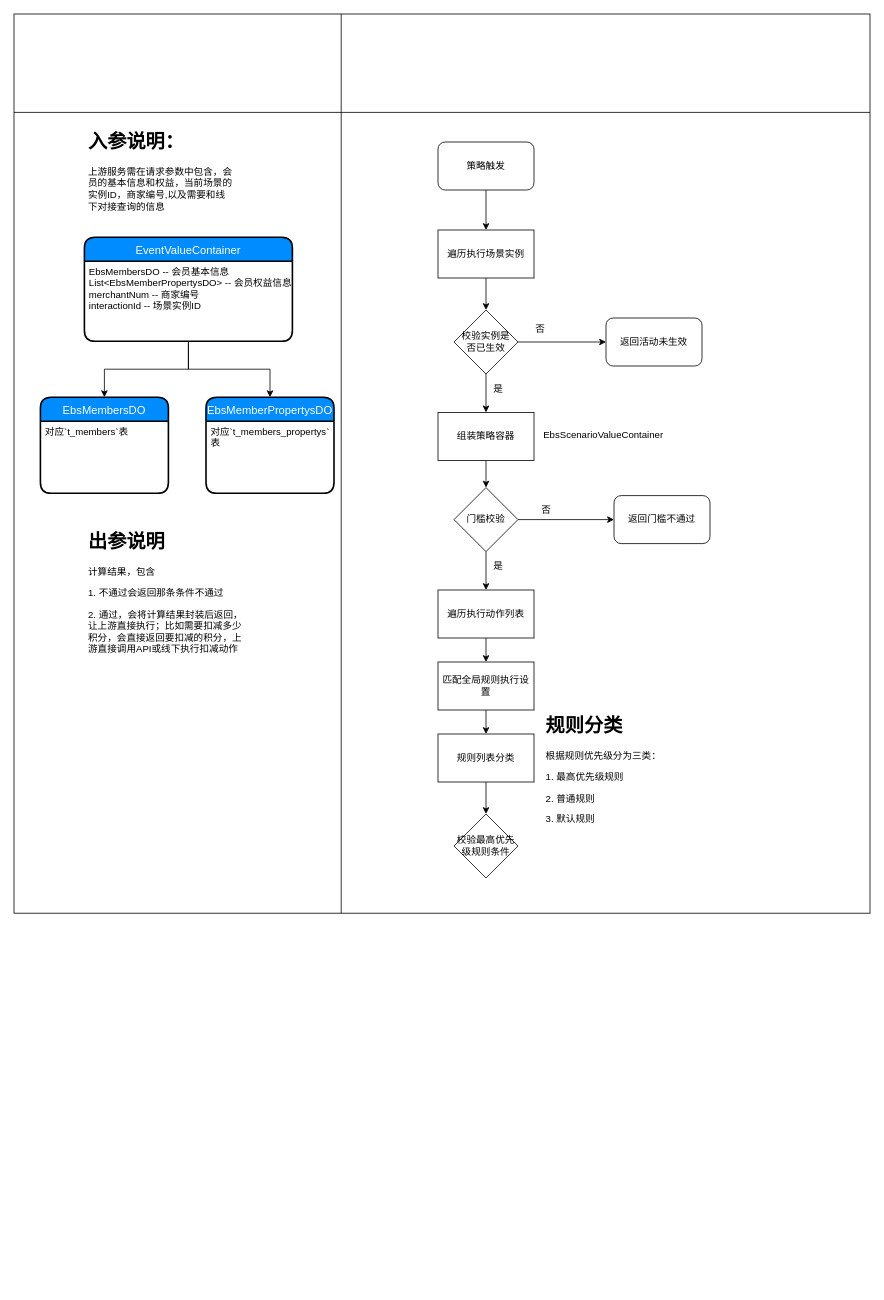
Before: Untitled Diagram.drawio in minybear/drawIo, a draw.io diagram. Source tidied: cells renumbered, new cells numbered last; positions are measured from the earlier drawing's top-left corner, leaving out a move shared by most shapes. Both pictures are drawn from the tidied source at 80%, with x=0, y=0 at pixel (14, 14).
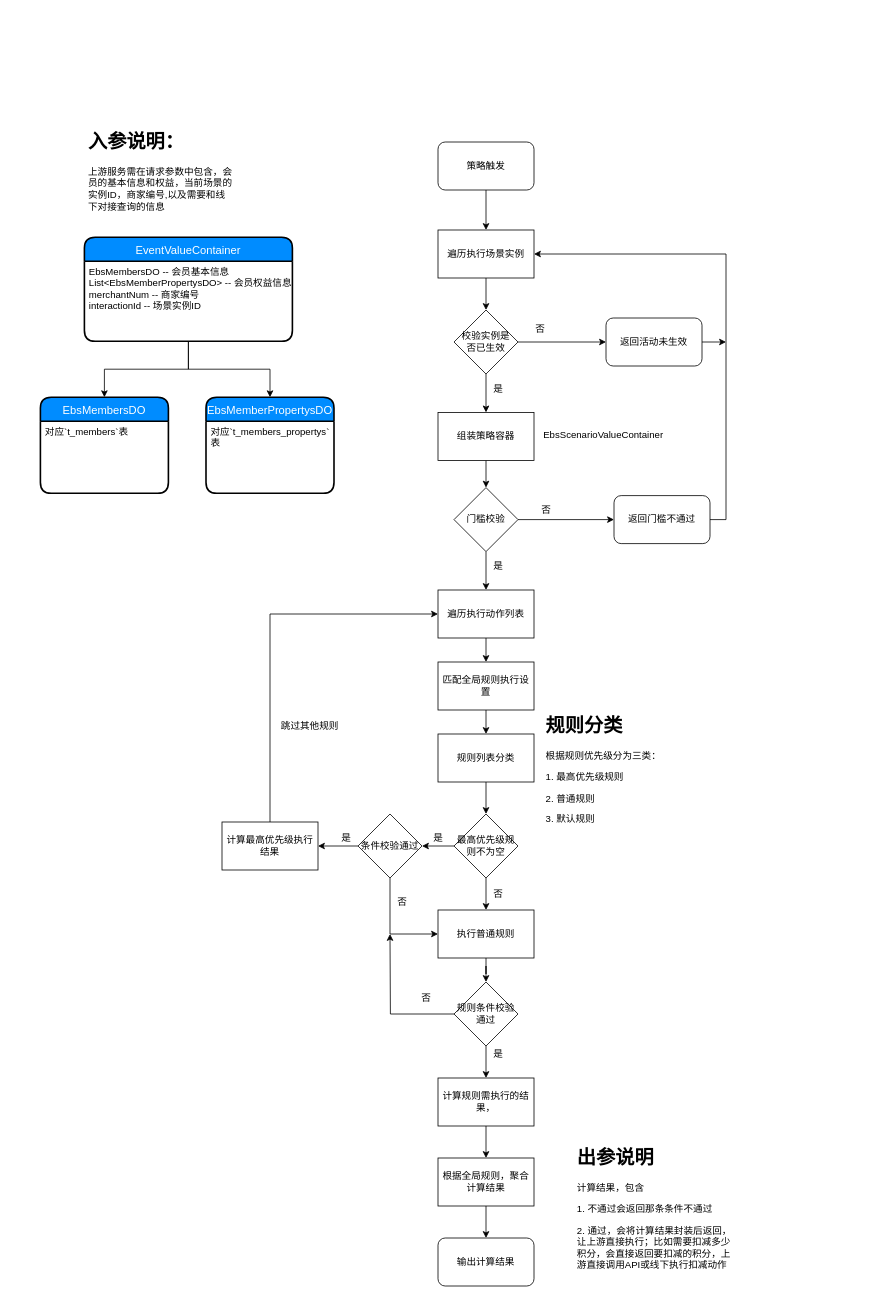
Above is the later version.

Commit message:
新兑换策略设计流程图.drawio

Unchanged cells that the change refers to:
```xml
<mxCell id="6" value="遍历执行场景实例" style="rounded=0;whiteSpace=wrap;html=1;" parent="1" vertex="1">
  <mxGeometry x="530" y="270" width="120" height="60" as="geometry" />
</mxCell>
<mxCell id="18" value="返回门槛不通过" style="rounded=1;whiteSpace=wrap;html=1;" parent="1" vertex="1">
  <mxGeometry x="750" y="602" width="120" height="60" as="geometry" />
</mxCell>
<mxCell id="24" value="遍历执行动作列表" style="rounded=0;whiteSpace=wrap;html=1;" parent="1" vertex="1">
  <mxGeometry x="530" y="720" width="120" height="60" as="geometry" />
</mxCell>
<mxCell id="31" value="返回活动未生效" style="rounded=1;whiteSpace=wrap;html=1;" parent="1" vertex="1">
  <mxGeometry x="740" y="380" width="120" height="60" as="geometry" />
</mxCell>
```

Change to the diagram source:
```diff
@@
-    <mxCell id="2" style="shape=internalStorage;whiteSpace=wrap;html=1;backgroundOutline=1;dx=409;dy=123;" parent="1" vertex="1">
-      <mxGeometry width="1070" height="1124" as="geometry" />
-    </mxCell>
@@
+    <mxCell id="40" style="edgeStyle=orthogonalEdgeStyle;rounded=0;jettySize=auto;html=1;exitX=1;exitY=0.5;exitDx=0;exitDy=0;entryX=1;entryY=0.5;entryDx=0;entryDy=0;" parent="1" edge="1" source="18" target="6">
+      <mxGeometry relative="1" as="geometry" />
+    </mxCell>
@@
     <mxCell id="22" value="&lt;h1&gt;出参说明&lt;/h1&gt;&lt;p&gt;计算结果，包含&lt;/p&gt;&lt;p&gt;1. 不通过会返回那条条件不通过&lt;/p&gt;&lt;p&gt;2. 通过，会将计算结果封装后返回，让上游直接执行；比如需要扣减多少积分，会直接返回要扣减的积分，上游直接调用API或线下执行扣减动作&lt;/p&gt;" style="text;html=1;strokeColor=none;fillColor=none;spacing=5;spacingTop=-20;whiteSpace=wrap;overflow=hidden;rounded=0;" parent="1" vertex="1">
-      <mxGeometry x="88" y="640" width="202" height="180" as="geometry" />
+      <mxGeometry x="699" y="1410" width="202" height="180" as="geometry" />
     </mxCell>
@@
+    <mxCell id="41" style="edgeStyle=orthogonalEdgeStyle;rounded=0;jettySize=auto;html=1;exitX=1;exitY=0.5;exitDx=0;exitDy=0;" parent="1" edge="1" source="31">
+      <mxGeometry relative="1" as="geometry">
+        <mxPoint x="890" y="410" as="targetPoint" />
+      </mxGeometry>
+    </mxCell>
@@
+    <mxCell id="42" style="edgeStyle=orthogonalEdgeStyle;rounded=0;jettySize=auto;html=1;exitX=0;exitY=0.5;exitDx=0;exitDy=0;" parent="1" edge="1" source="39" target="46">
+      <mxGeometry relative="1" as="geometry" />
+    </mxCell>
+    <mxCell id="43" style="edgeStyle=orthogonalEdgeStyle;rounded=0;jettySize=auto;html=1;exitX=0.5;exitY=1;exitDx=0;exitDy=0;" parent="1" edge="1" source="39" target="52">
+      <mxGeometry relative="1" as="geometry" />
+    </mxCell>
-    <mxCell id="39" value="校验最高优先级规则条件" style="rhombus;whiteSpace=wrap;html=1;" parent="1" vertex="1">
+    <mxCell id="39" value="最高优先级规则不为空" style="rhombus;whiteSpace=wrap;html=1;" parent="1" vertex="1">
       <mxGeometry x="550" y="1000" width="80" height="80" as="geometry" />
     </mxCell>
+    <mxCell id="44" style="edgeStyle=orthogonalEdgeStyle;rounded=0;jettySize=auto;html=1;exitX=0;exitY=0.5;exitDx=0;exitDy=0;" parent="1" edge="1" source="46" target="49">
+      <mxGeometry relative="1" as="geometry" />
+    </mxCell>
+    <mxCell id="45" style="edgeStyle=orthogonalEdgeStyle;rounded=0;jettySize=auto;html=1;exitX=0.5;exitY=1;exitDx=0;exitDy=0;entryX=0;entryY=0.5;entryDx=0;entryDy=0;" parent="1" edge="1" source="46" target="52">
+      <mxGeometry relative="1" as="geometry" />
+    </mxCell>
+    <mxCell id="46" value="条件校验通过" style="rhombus;whiteSpace=wrap;html=1;" parent="1" vertex="1">
+      <mxGeometry x="430" y="1000" width="80" height="80" as="geometry" />
+    </mxCell>
+    <mxCell id="47" value="是" style="text;html=1;align=center;verticalAlign=middle;" parent="1" vertex="1">
+      <mxGeometry x="515" y="1020" width="30" height="20" as="geometry" />
+    </mxCell>
+    <mxCell id="48" style="edgeStyle=orthogonalEdgeStyle;rounded=0;jettySize=auto;html=1;exitX=0.5;exitY=0;exitDx=0;exitDy=0;entryX=0;entryY=0.5;entryDx=0;entryDy=0;" parent="1" edge="1" source="49" target="24">
+      <mxGeometry relative="1" as="geometry" />
+    </mxCell>
+    <mxCell id="49" value="计算最高优先级执行结果" style="rounded=0;whiteSpace=wrap;html=1;" parent="1" vertex="1">
+      <mxGeometry x="260" y="1010" width="120" height="60" as="geometry" />
+    </mxCell>
+    <mxCell id="50" value="跳过其他规则" style="text;html=1;strokeColor=none;fillColor=none;align=center;verticalAlign=middle;whiteSpace=wrap;rounded=0;" parent="1" vertex="1">
+      <mxGeometry x="330" y="880" width="80" height="20" as="geometry" />
+    </mxCell>
+    <mxCell id="51" style="edgeStyle=orthogonalEdgeStyle;rounded=0;jettySize=auto;html=1;exitX=0.5;exitY=1;exitDx=0;exitDy=0;" parent="1" edge="1" source="52" target="58">
+      <mxGeometry relative="1" as="geometry" />
+    </mxCell>
+    <mxCell id="52" value="执行普通规则" style="rounded=0;whiteSpace=wrap;html=1;" parent="1" vertex="1">
+      <mxGeometry x="530" y="1120" width="120" height="60" as="geometry" />
+    </mxCell>
+    <mxCell id="53" value="否" style="text;html=1;align=center;verticalAlign=middle;" parent="1" vertex="1">
+      <mxGeometry x="470" y="1100" width="30" height="20" as="geometry" />
+    </mxCell>
+    <mxCell id="54" value="否" style="text;html=1;align=center;verticalAlign=middle;" parent="1" vertex="1">
+      <mxGeometry x="590" y="1090" width="30" height="20" as="geometry" />
+    </mxCell>
+    <mxCell id="55" value="是" style="text;html=1;align=center;verticalAlign=middle;" parent="1" vertex="1">
+      <mxGeometry x="400" y="1020" width="30" height="20" as="geometry" />
+    </mxCell>
+    <mxCell id="56" style="edgeStyle=orthogonalEdgeStyle;rounded=0;jettySize=auto;html=1;exitX=0.5;exitY=1;exitDx=0;exitDy=0;" parent="1" edge="1" source="58" target="62">
+      <mxGeometry relative="1" as="geometry" />
+    </mxCell>
+    <mxCell id="57" style="edgeStyle=orthogonalEdgeStyle;rounded=0;jettySize=auto;html=1;exitX=0;exitY=0.5;exitDx=0;exitDy=0;" parent="1" edge="1" source="58">
+      <mxGeometry relative="1" as="geometry">
+        <mxPoint x="470" y="1150" as="targetPoint" />
+      </mxGeometry>
+    </mxCell>
+    <mxCell id="58" value="规则条件校验通过" style="rhombus;whiteSpace=wrap;html=1;" parent="1" vertex="1">
+      <mxGeometry x="550" y="1210" width="80" height="80" as="geometry" />
+    </mxCell>
+    <mxCell id="59" value="是" style="text;html=1;align=center;verticalAlign=middle;" parent="1" vertex="1">
+      <mxGeometry x="590" y="1290" width="30" height="20" as="geometry" />
+    </mxCell>
+    <mxCell id="60" value="否" style="text;html=1;align=center;verticalAlign=middle;" parent="1" vertex="1">
+      <mxGeometry x="500" y="1220" width="30" height="20" as="geometry" />
+    </mxCell>
+    <mxCell id="61" style="edgeStyle=orthogonalEdgeStyle;rounded=0;jettySize=auto;html=1;exitX=0.5;exitY=1;exitDx=0;exitDy=0;" parent="1" edge="1" source="62" target="64">
+      <mxGeometry relative="1" as="geometry" />
+    </mxCell>
+    <mxCell id="62" value="计算规则需执行的结果，" style="rounded=0;whiteSpace=wrap;html=1;" parent="1" vertex="1">
+      <mxGeometry x="530" y="1330" width="120" height="60" as="geometry" />
+    </mxCell>
+    <mxCell id="63" style="edgeStyle=orthogonalEdgeStyle;rounded=0;jettySize=auto;html=1;exitX=0.5;exitY=1;exitDx=0;exitDy=0;" parent="1" edge="1" source="64" target="65">
+      <mxGeometry relative="1" as="geometry" />
+    </mxCell>
+    <mxCell id="64" value="根据全局规则，聚合计算结果" style="rounded=0;whiteSpace=wrap;html=1;" parent="1" vertex="1">
+      <mxGeometry x="530" y="1430" width="120" height="60" as="geometry" />
+    </mxCell>
+    <mxCell id="65" value="输出计算结果" style="rounded=1;whiteSpace=wrap;html=1;" parent="1" vertex="1">
+      <mxGeometry x="530" y="1530" width="120" height="60" as="geometry" />
+    </mxCell>
```
